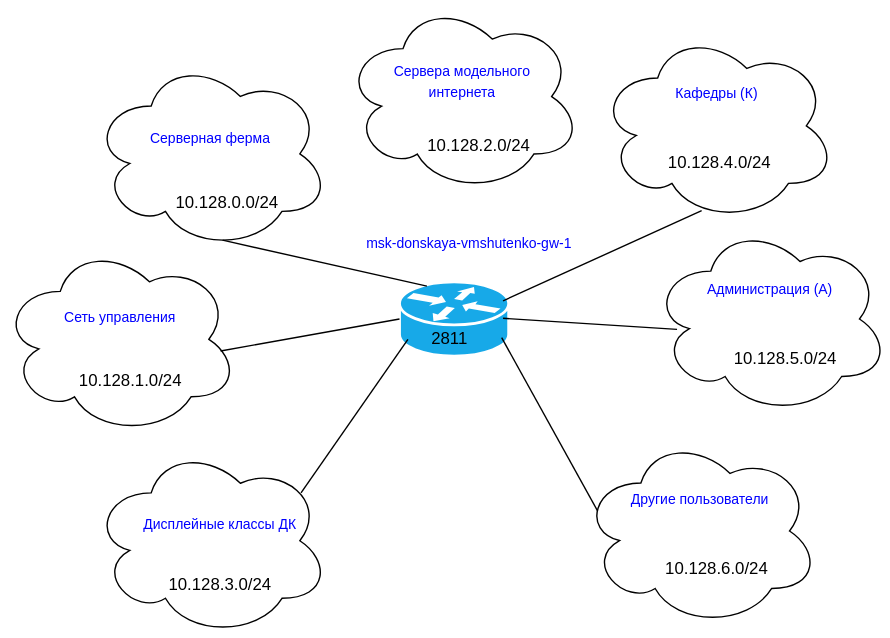
The draw.io diagram Схема маршрутизации сети (Layer 3).svg in shutenkovika/administration-of-local-networks, before a commit. Source tidied: cells renumbered, new cells last; positions are measured from the earlier drawing's top-left corner, leaving out a move shared by most shapes.
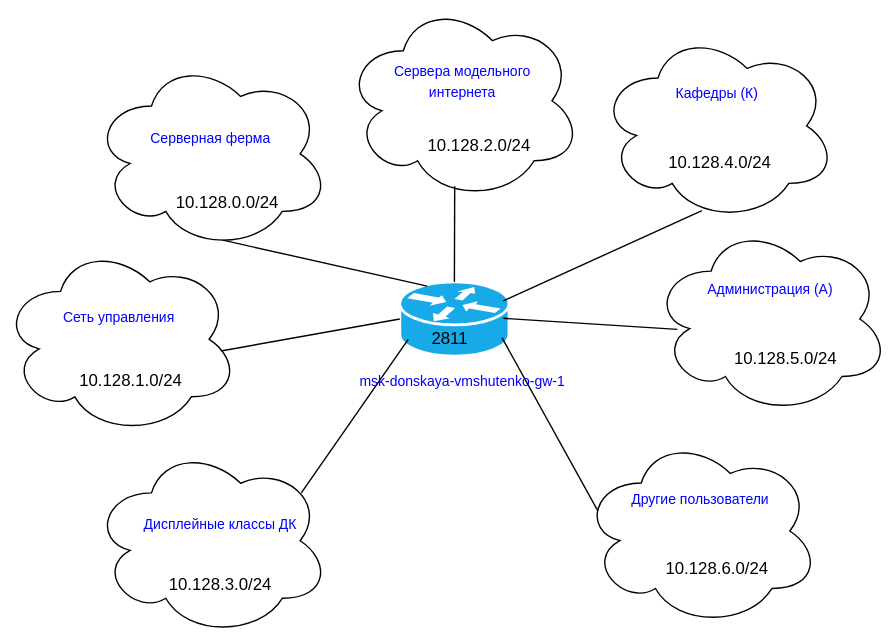
The same file after the commit.

Commit message:
Обновление Планирование NAT Схема маршрутизации сети (Layer 3).svg

What changed in the source:
```diff
@@ -89,10 +89,10 @@
       <mxGeometry x="475" y="391" width="74" height="30" as="geometry" />
     </mxCell>
     <mxCell id="28" value="&lt;font style=&quot;font-size: 10px&quot; color=&quot;#0000ff&quot;&gt;msk-donskaya-vmshutenko-gw-1&lt;/font&gt;" style="text;html=1;strokeColor=none;fillColor=none;align=center;verticalAlign=middle;whiteSpace=wrap;rounded=0;" parent="1" vertex="1">
-      <mxGeometry x="255" y="158" width="160" height="30" as="geometry" />
+      <mxGeometry x="250" y="257" width="160" height="30" as="geometry" />
     </mxCell>
     <mxCell id="29" style="ellipse;shape=cloud;whiteSpace=wrap;html=1;fillColor=#FFFFFF;" parent="1" vertex="1">
-      <mxGeometry x="245" width="170" height="137" as="geometry" />
+      <mxGeometry x="245" width="170" height="143" as="geometry" />
     </mxCell>
     <mxCell id="30" value="10.128.2.0/24" style="text;html=1;strokeColor=none;fillColor=none;align=center;verticalAlign=middle;whiteSpace=wrap;rounded=0;" parent="1" vertex="1">
       <mxGeometry x="305" y="88.5" width="74" height="30" as="geometry" />
@@ -100,5 +100,8 @@
     <mxCell id="31" value="&lt;font style=&quot;font-size: 10px&quot; color=&quot;#0000ff&quot;&gt;Сервера модельного интернета&lt;/font&gt;" style="text;html=1;strokeColor=none;fillColor=none;align=center;verticalAlign=middle;whiteSpace=wrap;rounded=0;" parent="1" vertex="1">
       <mxGeometry x="270" y="42" width="120" height="30" as="geometry" />
     </mxCell>
+    <mxCell id="32" style="edgeStyle=none;rounded=0;jettySize=auto;html=1;endArrow=none;endFill=0;exitX=0.466;exitY=0.928;exitDx=0;exitDy=0;exitPerimeter=0;entryX=0.5;entryY=0;entryDx=0;entryDy=0;entryPerimeter=0;" parent="1" edge="1" source="29" target="7">
+      <mxGeometry relative="1" as="geometry" />
+    </mxCell>
   </root>
 </mxGraphModel>
```
